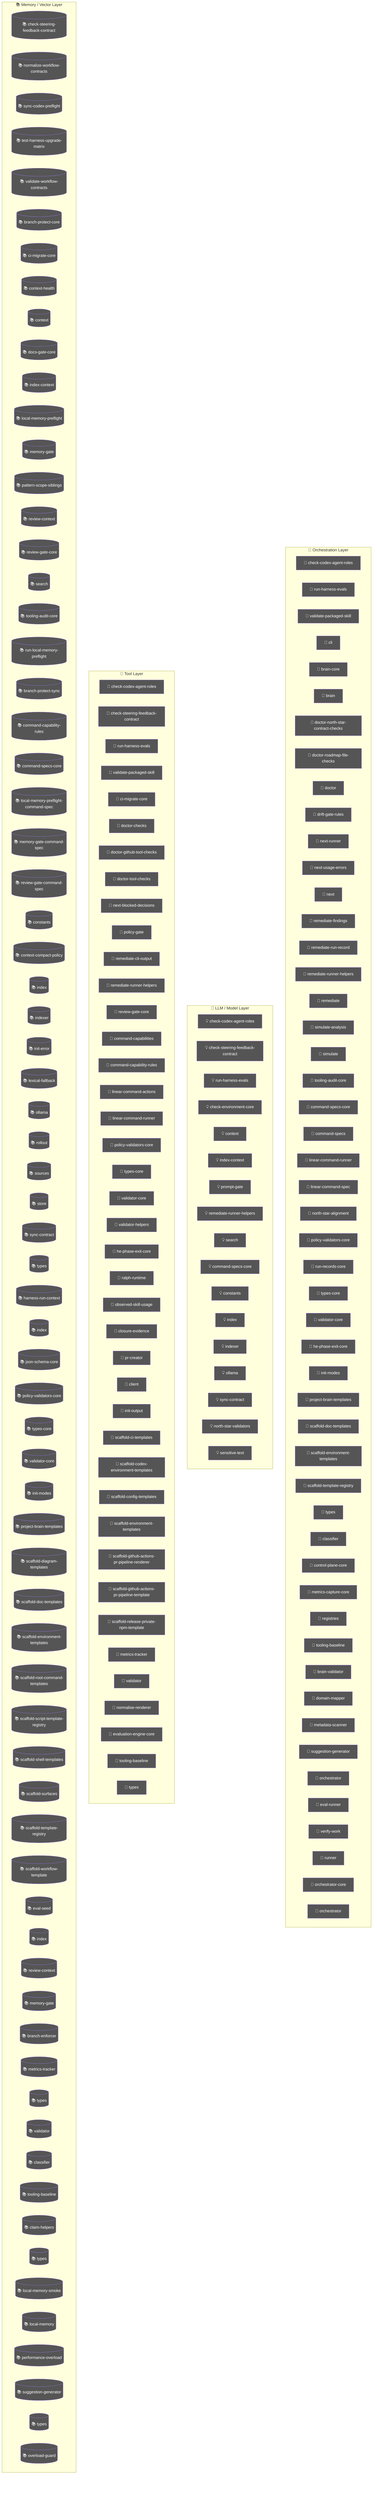
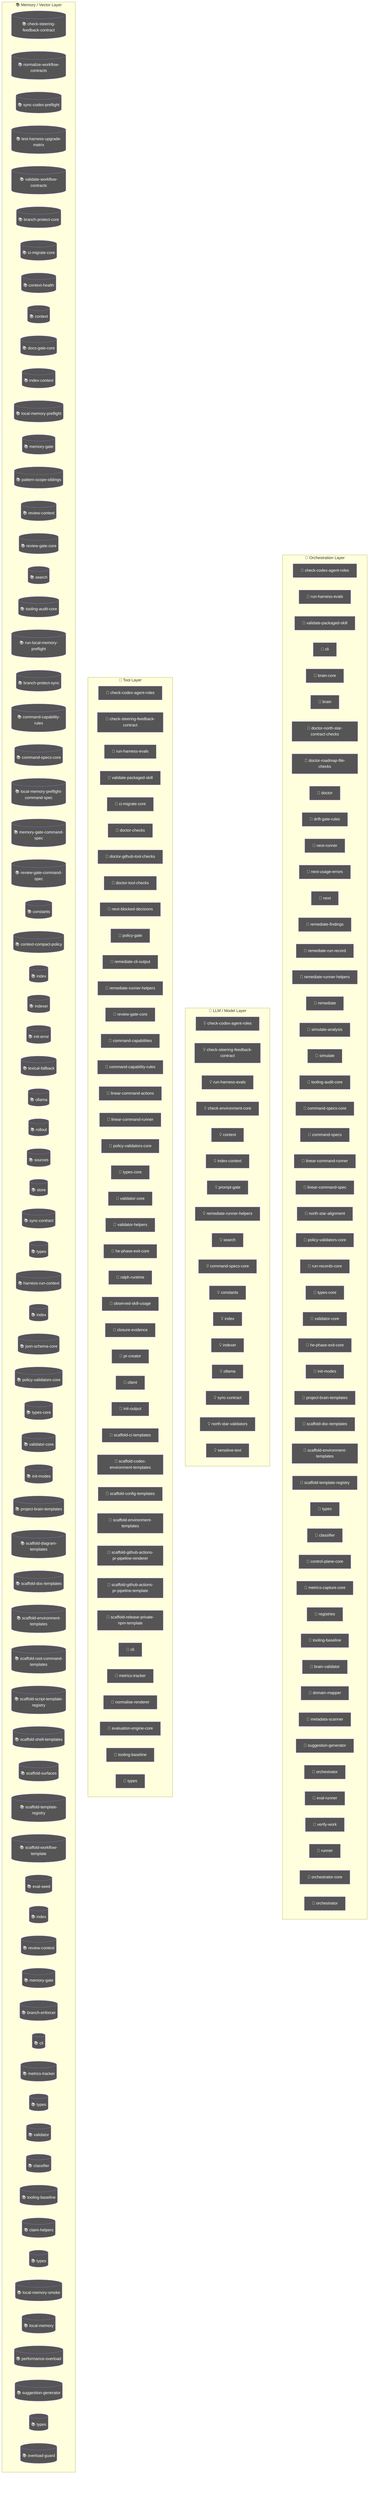
flowchart TD
  subgraph Orchestration["🎯 Orchestration Layer"]
    node_agent_mmd_orchestration_layer_orchestration_chec_7a9f0b64["🤖 check-codex-agent-roles"]
    node_agent_mmd_orchestration_layer_orchestration_run__18817957["🤖 run-harness-evals"]
    node_agent_mmd_orchestration_layer_orchestration_vali_c01b04be["🤖 validate-packaged-skill"]
    cli_99bb8840["🤖 cli"]
    brain_core_aa07c380["🤖 brain-core"]
    brain_bbbf7a64["🤖 brain"]
    doctor_north_star_contract_checks_0048124c["🤖 doctor-north-star-contract-checks"]
    doctor_roadmap_file_checks_14447b8e["🤖 doctor-roadmap-file-checks"]
    doctor_72f4be89["🤖 doctor"]
    drift_gate_rules_9685e72d["🤖 drift-gate-rules"]
    next_runner_41643472["🤖 next-runner"]
    next_usage_errors_837a345a["🤖 next-usage-errors"]
    next_c6c1c9a9["🤖 next"]
    remediate_findings_8b09c8c6["🤖 remediate-findings"]
    remediate_run_record_9dfe5dc1["🤖 remediate-run-record"]
    node_agent_mmd_orchestration_layer_orchestration_reme_359fe98f["🤖 remediate-runner-helpers"]
    remediate_06b9c7fc["🤖 remediate"]
    simulate_analysis_164a460c["🤖 simulate-analysis"]
    simulate_b9efe395["🤖 simulate"]
    node_agent_mmd_orchestration_layer_orchestration_tool_acfe0c01["🤖 tooling-audit-core"]
    node_agent_mmd_orchestration_layer_orchestration_comm_1f8cc24c["🤖 command-specs-core"]
    command_specs_69167c63["🤖 command-specs"]
    node_agent_mmd_orchestration_layer_orchestration_line_b67affd5["🤖 linear-command-runner"]
    linear_command_spec_1e12dd44["🤖 linear-command-spec"]
    north_star_alignment_00440188["🤖 north-star-alignment"]
    node_agent_mmd_orchestration_layer_orchestration_poli_3270b55d["🤖 policy-validators-core"]
    run_records_core_89286dfa["🤖 run-records-core"]
    node_agent_mmd_orchestration_layer_orchestration_type_7cf81261["🤖 types-core"]
    node_agent_mmd_orchestration_layer_orchestration_vali_d9fe99e6["🤖 validator-core"]
    node_agent_mmd_orchestration_layer_orchestration_he_p_fc778c24["🤖 he-phase-exit-core"]
    node_agent_mmd_orchestration_layer_orchestration_init_2a9c3ecb["🤖 init-modes"]
    node_agent_mmd_orchestration_layer_orchestration_proj_6ab6f60f["🤖 project-brain-templates"]
    node_agent_mmd_orchestration_layer_orchestration_scaf_12cc07db["🤖 scaffold-doc-templates"]
    node_agent_mmd_orchestration_layer_orchestration_scaf_c9a90c2f["🤖 scaffold-environment-templates"]
    node_agent_mmd_orchestration_layer_orchestration_scaf_ff8f92f6["🤖 scaffold-template-registry"]
    types_8_f6283648["🤖 types"]
    node_agent_mmd_orchestration_layer_orchestration_clas_899b821a["🤖 classifier"]
    control_plane_core_db3b4cb2["🤖 control-plane-core"]
    metrics_capture_core_db4bf7cf["🤖 metrics-capture-core"]
    registries_06402afa["🤖 registries"]
    node_agent_mmd_orchestration_layer_orchestration_tool_cc43149f["🤖 tooling-baseline"]
    brain_validator_be251832["🤖 brain-validator"]
    domain_mapper_cd9333d2["🤖 domain-mapper"]
    metadata_scanner_6a101b66["🤖 metadata-scanner"]
    node_agent_mmd_orchestration_layer_orchestration_sugg_85c5ebe3["🤖 suggestion-generator"]
    orchestrator_11376b7e["🤖 orchestrator"]
    eval_runner_0966a6b3["🤖 eval-runner"]
    verify_work_1_cd8e7ec3["🤖 verify-work"]
    runner_527aa9f4["🤖 runner"]
    orchestrator_core_d0678b53["🤖 orchestrator-core"]
    orchestrator_1_6b7137c5["🤖 orchestrator"]
  end
  subgraph LLMLayer["🧠 LLM / Model Layer"]
    node_agent_mmd_llm_model_layer_llmlayer_check_codex_a_29e7b7fa["💡 check-codex-agent-roles"]
    node_agent_mmd_llm_model_layer_llmlayer_check_steerin_a7dbbd2f["💡 check-steering-feedback-contract"]
    node_agent_mmd_llm_model_layer_llmlayer_run_harness_e_603fcfdc["💡 run-harness-evals"]
    check_environment_core_2c16213f["💡 check-environment-core"]
    node_agent_mmd_llm_model_layer_llmlayer_context_conte_ad2dfbd9["💡 context"]
    node_agent_mmd_llm_model_layer_llmlayer_index_context_1041bd11["💡 index-context"]
    prompt_gate_c5e9d207["💡 prompt-gate"]
    node_agent_mmd_llm_model_layer_llmlayer_remediate_run_9e3d4585["💡 remediate-runner-helpers"]
    node_agent_mmd_llm_model_layer_llmlayer_search_search_66b9a911["💡 search"]
    node_agent_mmd_llm_model_layer_llmlayer_command_specs_782af9fa["💡 command-specs-core"]
    node_agent_mmd_llm_model_layer_llmlayer_constants_con_c9bd3f6c["💡 constants"]
    node_agent_mmd_llm_model_layer_llmlayer_index_index_1_02e160ff["💡 index"]
    node_agent_mmd_llm_model_layer_llmlayer_indexer_index_4f4deef5["💡 indexer"]
    node_agent_mmd_llm_model_layer_llmlayer_ollama_ollama_968b23fa["💡 ollama"]
    node_agent_mmd_llm_model_layer_llmlayer_sync_contract_9f3cc8c1["💡 sync-contract"]
    north_star_validators_cfc926ce["💡 north-star-validators"]
    sensitive_text_7c11f760["💡 sensitive-text"]
  end
  subgraph ToolLayer["🔧 Tool Layer"]
    node_agent_mmd_tool_layer_toollayer_check_codex_agent_4b361d5a["🔧 check-codex-agent-roles"]
    node_agent_mmd_tool_layer_toollayer_check_steering_fe_84ed22c2["🔧 check-steering-feedback-contract"]
    node_agent_mmd_tool_layer_toollayer_run_harness_evals_e2ee24f1["🔧 run-harness-evals"]
    node_agent_mmd_tool_layer_toollayer_validate_packaged_f6ed6f12["🔧 validate-packaged-skill"]
    node_agent_mmd_tool_layer_toollayer_ci_migrate_core_c_049f8460["🔧 ci-migrate-core"]
    doctor_checks_5a2eb2b9["🔧 doctor-checks"]
    doctor_github_tool_checks_a53b0382["🔧 doctor-github-tool-checks"]
    doctor_tool_checks_4acac51a["🔧 doctor-tool-checks"]
    next_blocked_decisions_4140ad2b["🔧 next-blocked-decisions"]
    policy_gate_213f7313["🔧 policy-gate"]
    remediate_cli_output_cc165396["🔧 remediate-cli-output"]
    node_agent_mmd_tool_layer_toollayer_remediate_runner__c003b871["🔧 remediate-runner-helpers"]
    node_agent_mmd_tool_layer_toollayer_review_gate_core__7704598b["🔧 review-gate-core"]
    command_capabilities_a4d5c71e["🔧 command-capabilities"]
    node_agent_mmd_tool_layer_toollayer_command_capabilit_e97a4615["🔧 command-capability-rules"]
    linear_command_actions_e430f4f4["🔧 linear-command-actions"]
    node_agent_mmd_tool_layer_toollayer_linear_command_ru_d6763748["🔧 linear-command-runner"]
    node_agent_mmd_tool_layer_toollayer_policy_validators_af136abf["🔧 policy-validators-core"]
    node_agent_mmd_tool_layer_toollayer_types_core_types__6c8319b6["🔧 types-core"]
    node_agent_mmd_tool_layer_toollayer_validator_core_va_6ef6131f["🔧 validator-core"]
    validator_helpers_7b927667["🔧 validator-helpers"]
    node_agent_mmd_tool_layer_toollayer_he_phase_exit_cor_af016160["🔧 he-phase-exit-core"]
    ralph_runtime_73d63c0e["🔧 ralph-runtime"]
    observed_skill_usage_ed7d5930["🔧 observed-skill-usage"]
    closure_evidence_aaa31467["🔧 closure-evidence"]
    pr_creator_dc6b1ea4["🔧 pr-creator"]
    client_948fe603["🔧 client"]
    init_output_360dce91["🔧 init-output"]
    scaffold_ci_templates_2afd6392["🔧 scaffold-ci-templates"]
    scaffold_codex_environment_templates_334fbbed["🔧 scaffold-codex-environment-templates"]
    scaffold_config_templates_4b80ce53["🔧 scaffold-config-templates"]
    node_agent_mmd_tool_layer_toollayer_scaffold_environm_c1afc013["🔧 scaffold-environment-templates"]
    scaffold_github_actions_pr_pipeline_renderer_1ee18de5["🔧 scaffold-github-actions-pr-pipeline-renderer"]
    scaffold_github_actions_pr_pipeline_template_e2b85f62["🔧 scaffold-github-actions-pr-pipeline-template"]
    scaffold_release_private_npm_template_075499f8["🔧 scaffold-release-private-npm-template"]
+     node_agent_mmd_tool_layer_toollayer_cli_cli_2_1_32d9eeaf["🔧 cli"]
    node_agent_mmd_tool_layer_toollayer_metrics_tracker_m_4c9237d8["🔧 metrics-tracker"]
-     node_agent_mmd_tool_layer_toollayer_validator_validat_96a84a52["🔧 validator"]
    normalise_renderer_85f2e563["🔧 normalise-renderer"]
    evaluation_engine_core_e054fe49["🔧 evaluation-engine-core"]
    node_agent_mmd_tool_layer_toollayer_tooling_baseline__61e66e9f["🔧 tooling-baseline"]
    types_21_5756f9dc["🔧 types"]
  end
  subgraph MemoryLayer["📚 Memory / Vector Layer"]
    node_agent_mmd_memory_vector_layer_memorylayer_check__d71f8993[("📚 check-steering-feedback-contract")]
    normalize_workflow_contracts_8701f1c8[("📚 normalize-workflow-contracts")]
    sync_codex_preflight_7e7a8dc2[("📚 sync-codex-preflight")]
    test_harness_upgrade_matrix_84113c4e[("📚 test-harness-upgrade-matrix")]
    validate_workflow_contracts_33dc063c[("📚 validate-workflow-contracts")]
    branch_protect_core_a8feb0fd[("📚 branch-protect-core")]
    node_agent_mmd_memory_vector_layer_memorylayer_ci_mig_0cd5b1a4[("📚 ci-migrate-core")]
    context_health_80bb7da9[("📚 context-health")]
    node_agent_mmd_memory_vector_layer_memorylayer_contex_78ceaaa9[("📚 context")]
    docs_gate_core_eb9b6c18[("📚 docs-gate-core")]
    node_agent_mmd_memory_vector_layer_memorylayer_index__6f3402d0[("📚 index-context")]
    local_memory_preflight_dcc36c42[("📚 local-memory-preflight")]
    memory_gate_a577a506[("📚 memory-gate")]
    pattern_scope_siblings_43abe000[("📚 pattern-scope-siblings")]
    review_context_ca6cf81d[("📚 review-context")]
    node_agent_mmd_memory_vector_layer_memorylayer_review_5bee9816[("📚 review-gate-core")]
    node_agent_mmd_memory_vector_layer_memorylayer_search_ac35cb7e[("📚 search")]
    node_agent_mmd_memory_vector_layer_memorylayer_toolin_a1185b8f[("📚 tooling-audit-core")]
    run_local_memory_preflight_36e92808[("📚 run-local-memory-preflight")]
    branch_protect_sync_570adb18[("📚 branch-protect-sync")]
    node_agent_mmd_memory_vector_layer_memorylayer_comman_c72a5d05[("📚 command-capability-rules")]
    node_agent_mmd_memory_vector_layer_memorylayer_comman_111eb454[("📚 command-specs-core")]
    local_memory_preflight_command_spec_9e23f3ce[("📚 local-memory-preflight-command-spec")]
    memory_gate_command_spec_dc9001a9[("📚 memory-gate-command-spec")]
    review_gate_command_spec_3187376a[("📚 review-gate-command-spec")]
    node_agent_mmd_memory_vector_layer_memorylayer_consta_702d3f46[("📚 constants")]
    context_compact_policy_3dcaf95d[("📚 context-compact-policy")]
    node_agent_mmd_memory_vector_layer_memorylayer_index__752bc61e[("📚 index")]
    node_agent_mmd_memory_vector_layer_memorylayer_indexe_93e6d86f[("📚 indexer")]
    init_error_5c7dd49f[("📚 init-error")]
    lexical_fallback_723e2b3e[("📚 lexical-fallback")]
    node_agent_mmd_memory_vector_layer_memorylayer_ollama_6d51be16[("📚 ollama")]
    rollout_a4fa034c[("📚 rollout")]
    sources_878a52fc[("📚 sources")]
    store_824d80d7[("📚 store")]
    node_agent_mmd_memory_vector_layer_memorylayer_sync_c_e43418bc[("📚 sync-contract")]
    types_3_9675d69b[("📚 types")]
    harness_run_context_ac7c77a9[("📚 harness-run-context")]
    index_1_faebc14e[("📚 index")]
    json_schema_core_96d7e328[("📚 json-schema-core")]
    node_agent_mmd_memory_vector_layer_memorylayer_policy_1944de42[("📚 policy-validators-core")]
    node_agent_mmd_memory_vector_layer_memorylayer_types__83f369fa[("📚 types-core")]
    node_agent_mmd_memory_vector_layer_memorylayer_valida_41034356[("📚 validator-core")]
    node_agent_mmd_memory_vector_layer_memorylayer_init_m_333d02c5[("📚 init-modes")]
    node_agent_mmd_memory_vector_layer_memorylayer_projec_3ae304d9[("📚 project-brain-templates")]
    scaffold_diagram_templates_dd88e83c[("📚 scaffold-diagram-templates")]
    node_agent_mmd_memory_vector_layer_memorylayer_scaffo_5fd73b94[("📚 scaffold-doc-templates")]
    node_agent_mmd_memory_vector_layer_memorylayer_scaffo_12b42341[("📚 scaffold-environment-templates")]
    scaffold_root_command_templates_404fed7f[("📚 scaffold-root-command-templates")]
    scaffold_script_template_registry_69312d4e[("📚 scaffold-script-template-registry")]
    scaffold_shell_templates_0ad0f915[("📚 scaffold-shell-templates")]
    scaffold_surfaces_12d6494e[("📚 scaffold-surfaces")]
    node_agent_mmd_memory_vector_layer_memorylayer_scaffo_a86eece1[("📚 scaffold-template-registry")]
    scaffold_workflow_template_92310587[("📚 scaffold-workflow-template")]
    eval_seed_5699fd3e[("📚 eval-seed")]
    index_4_013aa0e3[("📚 index")]
    review_context_1_e3afed15[("📚 review-context")]
    memory_gate_1_265164ac[("📚 memory-gate")]
    branch_enforcer_acb749cd[("📚 branch-enforcer")]
+     node_agent_mmd_memory_vector_layer_memorylayer_cli_cl_1f1f89ab[("📚 cli")]
    node_agent_mmd_memory_vector_layer_memorylayer_metric_12562178[("📚 metrics-tracker")]
    types_10_75e5a4a0[("📚 types")]
-     node_agent_mmd_memory_vector_layer_memorylayer_valida_1b167f63[("📚 validator")]
+     validator_4_5180cf23[("📚 validator")]
    node_agent_mmd_memory_vector_layer_memorylayer_classi_1ebbf5ff[("📚 classifier")]
    node_agent_mmd_memory_vector_layer_memorylayer_toolin_14f86b00[("📚 tooling-baseline")]
    claim_helpers_20dc8387[("📚 claim-helpers")]
    types_14_fe7507be[("📚 types")]
    local_memory_smoke_1175abfc[("📚 local-memory-smoke")]
    local_memory_0db17ecc[("📚 local-memory")]
    performance_overload_c685bfcf[("📚 performance-overload")]
    node_agent_mmd_memory_vector_layer_memorylayer_sugges_267f408d[("📚 suggestion-generator")]
    types_19_eb4ad5f0[("📚 types")]
    overload_guard_2748c559[("📚 overload-guard")]
  end
  classDef agentNode fill:#555,color:#fff
  class node_agent_mmd_orchestration_layer_orchestration_chec_7a9f0b64,node_agent_mmd_llm_model_layer_llmlayer_check_codex_a_29e7b7fa,node_agent_mmd_tool_layer_toollayer_check_codex_agent_4b361d5a,node_agent_mmd_orchestration_layer_orchestration_run__18817957,node_agent_mmd_llm_model_layer_llmlayer_run_harness_e_603fcfdc,node_agent_mmd_tool_layer_toollayer_run_harness_evals_e2ee24f1,node_agent_mmd_orchestration_layer_orchestration_vali_c01b04be,node_agent_mmd_tool_layer_toollayer_validate_packaged_f6ed6f12,cli_99bb8840,brain_core_aa07c380,brain_bbbf7a64,doctor_north_star_contract_checks_0048124c,doctor_roadmap_file_checks_14447b8e,doctor_72f4be89,drift_gate_rules_9685e72d,next_runner_41643472,next_usage_errors_837a345a,next_c6c1c9a9,remediate_findings_8b09c8c6,remediate_run_record_9dfe5dc1,node_agent_mmd_orchestration_layer_orchestration_reme_359fe98f,node_agent_mmd_llm_model_layer_llmlayer_remediate_run_9e3d4585,node_agent_mmd_tool_layer_toollayer_remediate_runner__c003b871,remediate_06b9c7fc,simulate_analysis_164a460c,simulate_b9efe395,node_agent_mmd_orchestration_layer_orchestration_tool_acfe0c01,node_agent_mmd_memory_vector_layer_memorylayer_toolin_a1185b8f,node_agent_mmd_orchestration_layer_orchestration_comm_1f8cc24c,node_agent_mmd_llm_model_layer_llmlayer_command_specs_782af9fa,node_agent_mmd_memory_vector_layer_memorylayer_comman_111eb454,command_specs_69167c63,node_agent_mmd_orchestration_layer_orchestration_line_b67affd5,node_agent_mmd_tool_layer_toollayer_linear_command_ru_d6763748,linear_command_spec_1e12dd44,north_star_alignment_00440188,node_agent_mmd_orchestration_layer_orchestration_poli_3270b55d,node_agent_mmd_tool_layer_toollayer_policy_validators_af136abf,node_agent_mmd_memory_vector_layer_memorylayer_policy_1944de42,run_records_core_89286dfa,node_agent_mmd_orchestration_layer_orchestration_type_7cf81261,node_agent_mmd_tool_layer_toollayer_types_core_types__6c8319b6,node_agent_mmd_memory_vector_layer_memorylayer_types__83f369fa,node_agent_mmd_orchestration_layer_orchestration_vali_d9fe99e6,node_agent_mmd_tool_layer_toollayer_validator_core_va_6ef6131f,node_agent_mmd_memory_vector_layer_memorylayer_valida_41034356,node_agent_mmd_orchestration_layer_orchestration_he_p_fc778c24,node_agent_mmd_tool_layer_toollayer_he_phase_exit_cor_af016160,node_agent_mmd_orchestration_layer_orchestration_init_2a9c3ecb,node_agent_mmd_memory_vector_layer_memorylayer_init_m_333d02c5,node_agent_mmd_orchestration_layer_orchestration_proj_6ab6f60f,node_agent_mmd_memory_vector_layer_memorylayer_projec_3ae304d9,node_agent_mmd_orchestration_layer_orchestration_scaf_12cc07db,node_agent_mmd_memory_vector_layer_memorylayer_scaffo_5fd73b94,node_agent_mmd_orchestration_layer_orchestration_scaf_c9a90c2f,node_agent_mmd_tool_layer_toollayer_scaffold_environm_c1afc013,node_agent_mmd_memory_vector_layer_memorylayer_scaffo_12b42341,node_agent_mmd_orchestration_layer_orchestration_scaf_ff8f92f6,node_agent_mmd_memory_vector_layer_memorylayer_scaffo_a86eece1,types_8_f6283648,node_agent_mmd_orchestration_layer_orchestration_clas_899b821a,node_agent_mmd_memory_vector_layer_memorylayer_classi_1ebbf5ff,control_plane_core_db3b4cb2,metrics_capture_core_db4bf7cf,registries_06402afa,node_agent_mmd_orchestration_layer_orchestration_tool_cc43149f,node_agent_mmd_tool_layer_toollayer_tooling_baseline__61e66e9f,node_agent_mmd_memory_vector_layer_memorylayer_toolin_14f86b00,brain_validator_be251832,domain_mapper_cd9333d2,metadata_scanner_6a101b66,node_agent_mmd_orchestration_layer_orchestration_sugg_85c5ebe3,node_agent_mmd_memory_vector_layer_memorylayer_sugges_267f408d,orchestrator_11376b7e,eval_runner_0966a6b3,verify_work_1_cd8e7ec3,runner_527aa9f4,orchestrator_core_d0678b53,orchestrator_1_6b7137c5 agentNode
  classDef llmNode fill:#555,color:#fff
  class node_agent_mmd_orchestration_layer_orchestration_chec_7a9f0b64,node_agent_mmd_llm_model_layer_llmlayer_check_codex_a_29e7b7fa,node_agent_mmd_tool_layer_toollayer_check_codex_agent_4b361d5a,node_agent_mmd_llm_model_layer_llmlayer_check_steerin_a7dbbd2f,node_agent_mmd_tool_layer_toollayer_check_steering_fe_84ed22c2,node_agent_mmd_memory_vector_layer_memorylayer_check__d71f8993,node_agent_mmd_orchestration_layer_orchestration_run__18817957,node_agent_mmd_llm_model_layer_llmlayer_run_harness_e_603fcfdc,node_agent_mmd_tool_layer_toollayer_run_harness_evals_e2ee24f1,check_environment_core_2c16213f,node_agent_mmd_llm_model_layer_llmlayer_context_conte_ad2dfbd9,node_agent_mmd_memory_vector_layer_memorylayer_contex_78ceaaa9,node_agent_mmd_llm_model_layer_llmlayer_index_context_1041bd11,node_agent_mmd_memory_vector_layer_memorylayer_index__6f3402d0,prompt_gate_c5e9d207,node_agent_mmd_orchestration_layer_orchestration_reme_359fe98f,node_agent_mmd_llm_model_layer_llmlayer_remediate_run_9e3d4585,node_agent_mmd_tool_layer_toollayer_remediate_runner__c003b871,node_agent_mmd_llm_model_layer_llmlayer_search_search_66b9a911,node_agent_mmd_memory_vector_layer_memorylayer_search_ac35cb7e,node_agent_mmd_orchestration_layer_orchestration_comm_1f8cc24c,node_agent_mmd_llm_model_layer_llmlayer_command_specs_782af9fa,node_agent_mmd_memory_vector_layer_memorylayer_comman_111eb454,node_agent_mmd_llm_model_layer_llmlayer_constants_con_c9bd3f6c,node_agent_mmd_memory_vector_layer_memorylayer_consta_702d3f46,node_agent_mmd_llm_model_layer_llmlayer_index_index_1_02e160ff,node_agent_mmd_memory_vector_layer_memorylayer_index__752bc61e,node_agent_mmd_llm_model_layer_llmlayer_indexer_index_4f4deef5,node_agent_mmd_memory_vector_layer_memorylayer_indexe_93e6d86f,node_agent_mmd_llm_model_layer_llmlayer_ollama_ollama_968b23fa,node_agent_mmd_memory_vector_layer_memorylayer_ollama_6d51be16,node_agent_mmd_llm_model_layer_llmlayer_sync_contract_9f3cc8c1,node_agent_mmd_memory_vector_layer_memorylayer_sync_c_e43418bc,north_star_validators_cfc926ce,sensitive_text_7c11f760 llmNode
  classDef toolNode fill:#555,color:#fff
-   class node_agent_mmd_orchestration_layer_orchestration_chec_7a9f0b64,node_agent_mmd_llm_model_layer_llmlayer_check_codex_a_29e7b7fa,node_agent_mmd_tool_layer_toollayer_check_codex_agent_4b361d5a,node_agent_mmd_llm_model_layer_llmlayer_check_steerin_a7dbbd2f,node_agent_mmd_tool_layer_toollayer_check_steering_fe_84ed22c2,node_agent_mmd_memory_vector_layer_memorylayer_check__d71f8993,node_agent_mmd_orchestration_layer_orchestration_run__18817957,node_agent_mmd_llm_model_layer_llmlayer_run_harness_e_603fcfdc,node_agent_mmd_tool_layer_toollayer_run_harness_evals_e2ee24f1,node_agent_mmd_orchestration_layer_orchestration_vali_c01b04be,node_agent_mmd_tool_layer_toollayer_validate_packaged_f6ed6f12,node_agent_mmd_tool_layer_toollayer_ci_migrate_core_c_049f8460,node_agent_mmd_memory_vector_layer_memorylayer_ci_mig_0cd5b1a4,doctor_checks_5a2eb2b9,doctor_github_tool_checks_a53b0382,doctor_tool_checks_4acac51a,next_blocked_decisions_4140ad2b,policy_gate_213f7313,remediate_cli_output_cc165396,node_agent_mmd_orchestration_layer_orchestration_reme_359fe98f,node_agent_mmd_llm_model_layer_llmlayer_remediate_run_9e3d4585,node_agent_mmd_tool_layer_toollayer_remediate_runner__c003b871,node_agent_mmd_tool_layer_toollayer_review_gate_core__7704598b,node_agent_mmd_memory_vector_layer_memorylayer_review_5bee9816,command_capabilities_a4d5c71e,node_agent_mmd_tool_layer_toollayer_command_capabilit_e97a4615,node_agent_mmd_memory_vector_layer_memorylayer_comman_c72a5d05,linear_command_actions_e430f4f4,node_agent_mmd_orchestration_layer_orchestration_line_b67affd5,node_agent_mmd_tool_layer_toollayer_linear_command_ru_d6763748,node_agent_mmd_orchestration_layer_orchestration_poli_3270b55d,node_agent_mmd_tool_layer_toollayer_policy_validators_af136abf,node_agent_mmd_memory_vector_layer_memorylayer_policy_1944de42,node_agent_mmd_orchestration_layer_orchestration_type_7cf81261,node_agent_mmd_tool_layer_toollayer_types_core_types__6c8319b6,node_agent_mmd_memory_vector_layer_memorylayer_types__83f369fa,node_agent_mmd_orchestration_layer_orchestration_vali_d9fe99e6,node_agent_mmd_tool_layer_toollayer_validator_core_va_6ef6131f,node_agent_mmd_memory_vector_layer_memorylayer_valida_41034356,validator_helpers_7b927667,node_agent_mmd_orchestration_layer_orchestration_he_p_fc778c24,node_agent_mmd_tool_layer_toollayer_he_phase_exit_cor_af016160,ralph_runtime_73d63c0e,observed_skill_usage_ed7d5930,closure_evidence_aaa31467,pr_creator_dc6b1ea4,client_948fe603,init_output_360dce91,scaffold_ci_templates_2afd6392,scaffold_codex_environment_templates_334fbbed,scaffold_config_templates_4b80ce53,node_agent_mmd_orchestration_layer_orchestration_scaf_c9a90c2f,node_agent_mmd_tool_layer_toollayer_scaffold_environm_c1afc013,node_agent_mmd_memory_vector_layer_memorylayer_scaffo_12b42341,scaffold_github_actions_pr_pipeline_renderer_1ee18de5,scaffold_github_actions_pr_pipeline_template_e2b85f62,scaffold_release_private_npm_template_075499f8,node_agent_mmd_tool_layer_toollayer_metrics_tracker_m_4c9237d8,node_agent_mmd_memory_vector_layer_memorylayer_metric_12562178,node_agent_mmd_tool_layer_toollayer_validator_validat_96a84a52,node_agent_mmd_memory_vector_layer_memorylayer_valida_1b167f63,normalise_renderer_85f2e563,evaluation_engine_core_e054fe49,node_agent_mmd_orchestration_layer_orchestration_tool_cc43149f,node_agent_mmd_tool_layer_toollayer_tooling_baseline__61e66e9f,node_agent_mmd_memory_vector_layer_memorylayer_toolin_14f86b00,types_21_5756f9dc toolNode
+   class node_agent_mmd_orchestration_layer_orchestration_chec_7a9f0b64,node_agent_mmd_llm_model_layer_llmlayer_check_codex_a_29e7b7fa,node_agent_mmd_tool_layer_toollayer_check_codex_agent_4b361d5a,node_agent_mmd_llm_model_layer_llmlayer_check_steerin_a7dbbd2f,node_agent_mmd_tool_layer_toollayer_check_steering_fe_84ed22c2,node_agent_mmd_memory_vector_layer_memorylayer_check__d71f8993,node_agent_mmd_orchestration_layer_orchestration_run__18817957,node_agent_mmd_llm_model_layer_llmlayer_run_harness_e_603fcfdc,node_agent_mmd_tool_layer_toollayer_run_harness_evals_e2ee24f1,node_agent_mmd_orchestration_layer_orchestration_vali_c01b04be,node_agent_mmd_tool_layer_toollayer_validate_packaged_f6ed6f12,node_agent_mmd_tool_layer_toollayer_ci_migrate_core_c_049f8460,node_agent_mmd_memory_vector_layer_memorylayer_ci_mig_0cd5b1a4,doctor_checks_5a2eb2b9,doctor_github_tool_checks_a53b0382,doctor_tool_checks_4acac51a,next_blocked_decisions_4140ad2b,policy_gate_213f7313,remediate_cli_output_cc165396,node_agent_mmd_orchestration_layer_orchestration_reme_359fe98f,node_agent_mmd_llm_model_layer_llmlayer_remediate_run_9e3d4585,node_agent_mmd_tool_layer_toollayer_remediate_runner__c003b871,node_agent_mmd_tool_layer_toollayer_review_gate_core__7704598b,node_agent_mmd_memory_vector_layer_memorylayer_review_5bee9816,command_capabilities_a4d5c71e,node_agent_mmd_tool_layer_toollayer_command_capabilit_e97a4615,node_agent_mmd_memory_vector_layer_memorylayer_comman_c72a5d05,linear_command_actions_e430f4f4,node_agent_mmd_orchestration_layer_orchestration_line_b67affd5,node_agent_mmd_tool_layer_toollayer_linear_command_ru_d6763748,node_agent_mmd_orchestration_layer_orchestration_poli_3270b55d,node_agent_mmd_tool_layer_toollayer_policy_validators_af136abf,node_agent_mmd_memory_vector_layer_memorylayer_policy_1944de42,node_agent_mmd_orchestration_layer_orchestration_type_7cf81261,node_agent_mmd_tool_layer_toollayer_types_core_types__6c8319b6,node_agent_mmd_memory_vector_layer_memorylayer_types__83f369fa,node_agent_mmd_orchestration_layer_orchestration_vali_d9fe99e6,node_agent_mmd_tool_layer_toollayer_validator_core_va_6ef6131f,node_agent_mmd_memory_vector_layer_memorylayer_valida_41034356,validator_helpers_7b927667,node_agent_mmd_orchestration_layer_orchestration_he_p_fc778c24,node_agent_mmd_tool_layer_toollayer_he_phase_exit_cor_af016160,ralph_runtime_73d63c0e,observed_skill_usage_ed7d5930,closure_evidence_aaa31467,pr_creator_dc6b1ea4,client_948fe603,init_output_360dce91,scaffold_ci_templates_2afd6392,scaffold_codex_environment_templates_334fbbed,scaffold_config_templates_4b80ce53,node_agent_mmd_orchestration_layer_orchestration_scaf_c9a90c2f,node_agent_mmd_tool_layer_toollayer_scaffold_environm_c1afc013,node_agent_mmd_memory_vector_layer_memorylayer_scaffo_12b42341,scaffold_github_actions_pr_pipeline_renderer_1ee18de5,scaffold_github_actions_pr_pipeline_template_e2b85f62,scaffold_release_private_npm_template_075499f8,node_agent_mmd_tool_layer_toollayer_cli_cli_2_1_32d9eeaf,node_agent_mmd_memory_vector_layer_memorylayer_cli_cl_1f1f89ab,node_agent_mmd_tool_layer_toollayer_metrics_tracker_m_4c9237d8,node_agent_mmd_memory_vector_layer_memorylayer_metric_12562178,normalise_renderer_85f2e563,evaluation_engine_core_e054fe49,node_agent_mmd_orchestration_layer_orchestration_tool_cc43149f,node_agent_mmd_tool_layer_toollayer_tooling_baseline__61e66e9f,node_agent_mmd_memory_vector_layer_memorylayer_toolin_14f86b00,types_21_5756f9dc toolNode
  classDef memNode fill:#555,color:#fff
-   class node_agent_mmd_llm_model_layer_llmlayer_check_steerin_a7dbbd2f,node_agent_mmd_tool_layer_toollayer_check_steering_fe_84ed22c2,node_agent_mmd_memory_vector_layer_memorylayer_check__d71f8993,normalize_workflow_contracts_8701f1c8,sync_codex_preflight_7e7a8dc2,test_harness_upgrade_matrix_84113c4e,validate_workflow_contracts_33dc063c,branch_protect_core_a8feb0fd,node_agent_mmd_tool_layer_toollayer_ci_migrate_core_c_049f8460,node_agent_mmd_memory_vector_layer_memorylayer_ci_mig_0cd5b1a4,context_health_80bb7da9,node_agent_mmd_llm_model_layer_llmlayer_context_conte_ad2dfbd9,node_agent_mmd_memory_vector_layer_memorylayer_contex_78ceaaa9,docs_gate_core_eb9b6c18,node_agent_mmd_llm_model_layer_llmlayer_index_context_1041bd11,node_agent_mmd_memory_vector_layer_memorylayer_index__6f3402d0,local_memory_preflight_dcc36c42,memory_gate_a577a506,pattern_scope_siblings_43abe000,review_context_ca6cf81d,node_agent_mmd_tool_layer_toollayer_review_gate_core__7704598b,node_agent_mmd_memory_vector_layer_memorylayer_review_5bee9816,node_agent_mmd_llm_model_layer_llmlayer_search_search_66b9a911,node_agent_mmd_memory_vector_layer_memorylayer_search_ac35cb7e,node_agent_mmd_orchestration_layer_orchestration_tool_acfe0c01,node_agent_mmd_memory_vector_layer_memorylayer_toolin_a1185b8f,run_local_memory_preflight_36e92808,branch_protect_sync_570adb18,node_agent_mmd_tool_layer_toollayer_command_capabilit_e97a4615,node_agent_mmd_memory_vector_layer_memorylayer_comman_c72a5d05,node_agent_mmd_orchestration_layer_orchestration_comm_1f8cc24c,node_agent_mmd_llm_model_layer_llmlayer_command_specs_782af9fa,node_agent_mmd_memory_vector_layer_memorylayer_comman_111eb454,local_memory_preflight_command_spec_9e23f3ce,memory_gate_command_spec_dc9001a9,review_gate_command_spec_3187376a,node_agent_mmd_llm_model_layer_llmlayer_constants_con_c9bd3f6c,node_agent_mmd_memory_vector_layer_memorylayer_consta_702d3f46,context_compact_policy_3dcaf95d,node_agent_mmd_llm_model_layer_llmlayer_index_index_1_02e160ff,node_agent_mmd_memory_vector_layer_memorylayer_index__752bc61e,node_agent_mmd_llm_model_layer_llmlayer_indexer_index_4f4deef5,node_agent_mmd_memory_vector_layer_memorylayer_indexe_93e6d86f,init_error_5c7dd49f,lexical_fallback_723e2b3e,node_agent_mmd_llm_model_layer_llmlayer_ollama_ollama_968b23fa,node_agent_mmd_memory_vector_layer_memorylayer_ollama_6d51be16,rollout_a4fa034c,sources_878a52fc,store_824d80d7,node_agent_mmd_llm_model_layer_llmlayer_sync_contract_9f3cc8c1,node_agent_mmd_memory_vector_layer_memorylayer_sync_c_e43418bc,types_3_9675d69b,harness_run_context_ac7c77a9,index_1_faebc14e,json_schema_core_96d7e328,node_agent_mmd_orchestration_layer_orchestration_poli_3270b55d,node_agent_mmd_tool_layer_toollayer_policy_validators_af136abf,node_agent_mmd_memory_vector_layer_memorylayer_policy_1944de42,node_agent_mmd_orchestration_layer_orchestration_type_7cf81261,node_agent_mmd_tool_layer_toollayer_types_core_types__6c8319b6,node_agent_mmd_memory_vector_layer_memorylayer_types__83f369fa,node_agent_mmd_orchestration_layer_orchestration_vali_d9fe99e6,node_agent_mmd_tool_layer_toollayer_validator_core_va_6ef6131f,node_agent_mmd_memory_vector_layer_memorylayer_valida_41034356,node_agent_mmd_orchestration_layer_orchestration_init_2a9c3ecb,node_agent_mmd_memory_vector_layer_memorylayer_init_m_333d02c5,node_agent_mmd_orchestration_layer_orchestration_proj_6ab6f60f,node_agent_mmd_memory_vector_layer_memorylayer_projec_3ae304d9,scaffold_diagram_templates_dd88e83c,node_agent_mmd_orchestration_layer_orchestration_scaf_12cc07db,node_agent_mmd_memory_vector_layer_memorylayer_scaffo_5fd73b94,node_agent_mmd_orchestration_layer_orchestration_scaf_c9a90c2f,node_agent_mmd_tool_layer_toollayer_scaffold_environm_c1afc013,node_agent_mmd_memory_vector_layer_memorylayer_scaffo_12b42341,scaffold_root_command_templates_404fed7f,scaffold_script_template_registry_69312d4e,scaffold_shell_templates_0ad0f915,scaffold_surfaces_12d6494e,node_agent_mmd_orchestration_layer_orchestration_scaf_ff8f92f6,node_agent_mmd_memory_vector_layer_memorylayer_scaffo_a86eece1,scaffold_workflow_template_92310587,eval_seed_5699fd3e,index_4_013aa0e3,review_context_1_e3afed15,memory_gate_1_265164ac,branch_enforcer_acb749cd,node_agent_mmd_tool_layer_toollayer_metrics_tracker_m_4c9237d8,node_agent_mmd_memory_vector_layer_memorylayer_metric_12562178,types_10_75e5a4a0,node_agent_mmd_tool_layer_toollayer_validator_validat_96a84a52,node_agent_mmd_memory_vector_layer_memorylayer_valida_1b167f63,node_agent_mmd_orchestration_layer_orchestration_clas_899b821a,node_agent_mmd_memory_vector_layer_memorylayer_classi_1ebbf5ff,node_agent_mmd_orchestration_layer_orchestration_tool_cc43149f,node_agent_mmd_tool_layer_toollayer_tooling_baseline__61e66e9f,node_agent_mmd_memory_vector_layer_memorylayer_toolin_14f86b00,claim_helpers_20dc8387,types_14_fe7507be,local_memory_smoke_1175abfc,local_memory_0db17ecc,performance_overload_c685bfcf,node_agent_mmd_orchestration_layer_orchestration_sugg_85c5ebe3,node_agent_mmd_memory_vector_layer_memorylayer_sugges_267f408d,types_19_eb4ad5f0,overload_guard_2748c559 memNode
+   class node_agent_mmd_llm_model_layer_llmlayer_check_steerin_a7dbbd2f,node_agent_mmd_tool_layer_toollayer_check_steering_fe_84ed22c2,node_agent_mmd_memory_vector_layer_memorylayer_check__d71f8993,normalize_workflow_contracts_8701f1c8,sync_codex_preflight_7e7a8dc2,test_harness_upgrade_matrix_84113c4e,validate_workflow_contracts_33dc063c,branch_protect_core_a8feb0fd,node_agent_mmd_tool_layer_toollayer_ci_migrate_core_c_049f8460,node_agent_mmd_memory_vector_layer_memorylayer_ci_mig_0cd5b1a4,context_health_80bb7da9,node_agent_mmd_llm_model_layer_llmlayer_context_conte_ad2dfbd9,node_agent_mmd_memory_vector_layer_memorylayer_contex_78ceaaa9,docs_gate_core_eb9b6c18,node_agent_mmd_llm_model_layer_llmlayer_index_context_1041bd11,node_agent_mmd_memory_vector_layer_memorylayer_index__6f3402d0,local_memory_preflight_dcc36c42,memory_gate_a577a506,pattern_scope_siblings_43abe000,review_context_ca6cf81d,node_agent_mmd_tool_layer_toollayer_review_gate_core__7704598b,node_agent_mmd_memory_vector_layer_memorylayer_review_5bee9816,node_agent_mmd_llm_model_layer_llmlayer_search_search_66b9a911,node_agent_mmd_memory_vector_layer_memorylayer_search_ac35cb7e,node_agent_mmd_orchestration_layer_orchestration_tool_acfe0c01,node_agent_mmd_memory_vector_layer_memorylayer_toolin_a1185b8f,run_local_memory_preflight_36e92808,branch_protect_sync_570adb18,node_agent_mmd_tool_layer_toollayer_command_capabilit_e97a4615,node_agent_mmd_memory_vector_layer_memorylayer_comman_c72a5d05,node_agent_mmd_orchestration_layer_orchestration_comm_1f8cc24c,node_agent_mmd_llm_model_layer_llmlayer_command_specs_782af9fa,node_agent_mmd_memory_vector_layer_memorylayer_comman_111eb454,local_memory_preflight_command_spec_9e23f3ce,memory_gate_command_spec_dc9001a9,review_gate_command_spec_3187376a,node_agent_mmd_llm_model_layer_llmlayer_constants_con_c9bd3f6c,node_agent_mmd_memory_vector_layer_memorylayer_consta_702d3f46,context_compact_policy_3dcaf95d,node_agent_mmd_llm_model_layer_llmlayer_index_index_1_02e160ff,node_agent_mmd_memory_vector_layer_memorylayer_index__752bc61e,node_agent_mmd_llm_model_layer_llmlayer_indexer_index_4f4deef5,node_agent_mmd_memory_vector_layer_memorylayer_indexe_93e6d86f,init_error_5c7dd49f,lexical_fallback_723e2b3e,node_agent_mmd_llm_model_layer_llmlayer_ollama_ollama_968b23fa,node_agent_mmd_memory_vector_layer_memorylayer_ollama_6d51be16,rollout_a4fa034c,sources_878a52fc,store_824d80d7,node_agent_mmd_llm_model_layer_llmlayer_sync_contract_9f3cc8c1,node_agent_mmd_memory_vector_layer_memorylayer_sync_c_e43418bc,types_3_9675d69b,harness_run_context_ac7c77a9,index_1_faebc14e,json_schema_core_96d7e328,node_agent_mmd_orchestration_layer_orchestration_poli_3270b55d,node_agent_mmd_tool_layer_toollayer_policy_validators_af136abf,node_agent_mmd_memory_vector_layer_memorylayer_policy_1944de42,node_agent_mmd_orchestration_layer_orchestration_type_7cf81261,node_agent_mmd_tool_layer_toollayer_types_core_types__6c8319b6,node_agent_mmd_memory_vector_layer_memorylayer_types__83f369fa,node_agent_mmd_orchestration_layer_orchestration_vali_d9fe99e6,node_agent_mmd_tool_layer_toollayer_validator_core_va_6ef6131f,node_agent_mmd_memory_vector_layer_memorylayer_valida_41034356,node_agent_mmd_orchestration_layer_orchestration_init_2a9c3ecb,node_agent_mmd_memory_vector_layer_memorylayer_init_m_333d02c5,node_agent_mmd_orchestration_layer_orchestration_proj_6ab6f60f,node_agent_mmd_memory_vector_layer_memorylayer_projec_3ae304d9,scaffold_diagram_templates_dd88e83c,node_agent_mmd_orchestration_layer_orchestration_scaf_12cc07db,node_agent_mmd_memory_vector_layer_memorylayer_scaffo_5fd73b94,node_agent_mmd_orchestration_layer_orchestration_scaf_c9a90c2f,node_agent_mmd_tool_layer_toollayer_scaffold_environm_c1afc013,node_agent_mmd_memory_vector_layer_memorylayer_scaffo_12b42341,scaffold_root_command_templates_404fed7f,scaffold_script_template_registry_69312d4e,scaffold_shell_templates_0ad0f915,scaffold_surfaces_12d6494e,node_agent_mmd_orchestration_layer_orchestration_scaf_ff8f92f6,node_agent_mmd_memory_vector_layer_memorylayer_scaffo_a86eece1,scaffold_workflow_template_92310587,eval_seed_5699fd3e,index_4_013aa0e3,review_context_1_e3afed15,memory_gate_1_265164ac,branch_enforcer_acb749cd,node_agent_mmd_tool_layer_toollayer_cli_cli_2_1_32d9eeaf,node_agent_mmd_memory_vector_layer_memorylayer_cli_cl_1f1f89ab,node_agent_mmd_tool_layer_toollayer_metrics_tracker_m_4c9237d8,node_agent_mmd_memory_vector_layer_memorylayer_metric_12562178,types_10_75e5a4a0,validator_4_5180cf23,node_agent_mmd_orchestration_layer_orchestration_clas_899b821a,node_agent_mmd_memory_vector_layer_memorylayer_classi_1ebbf5ff,node_agent_mmd_orchestration_layer_orchestration_tool_cc43149f,node_agent_mmd_tool_layer_toollayer_tooling_baseline__61e66e9f,node_agent_mmd_memory_vector_layer_memorylayer_toolin_14f86b00,claim_helpers_20dc8387,types_14_fe7507be,local_memory_smoke_1175abfc,local_memory_0db17ecc,performance_overload_c685bfcf,node_agent_mmd_orchestration_layer_orchestration_sugg_85c5ebe3,node_agent_mmd_memory_vector_layer_memorylayer_sugges_267f408d,types_19_eb4ad5f0,overload_guard_2748c559 memNode
